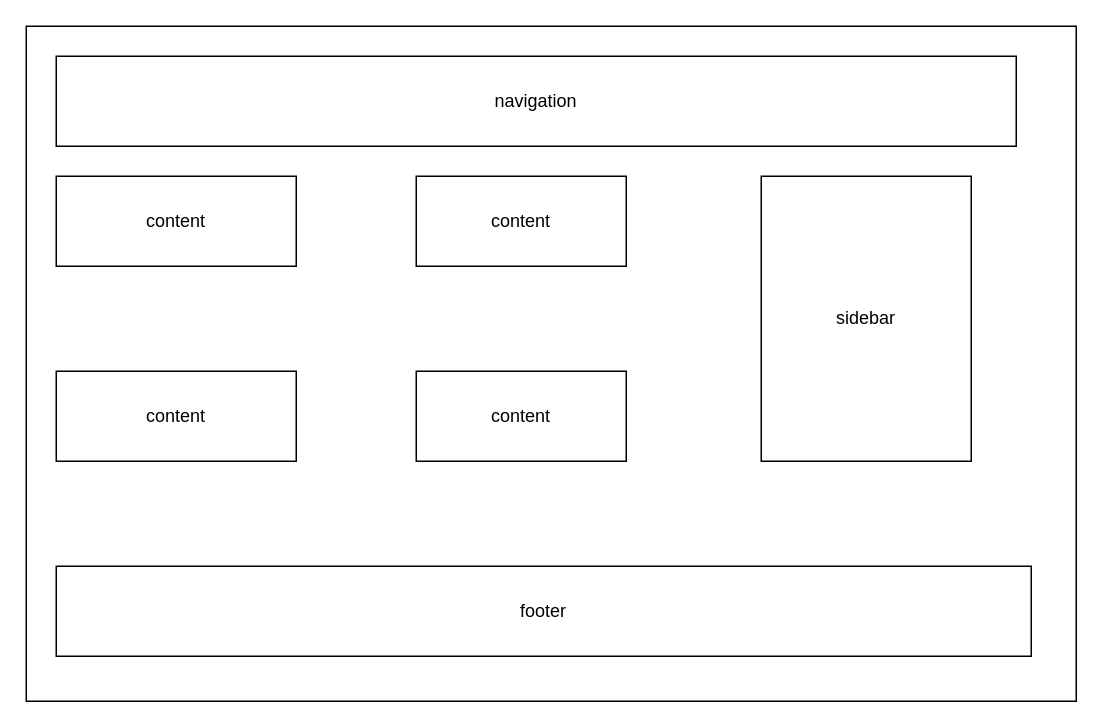
Before: layout.drawio in Wendie03/website, a draw.io diagram. Source tidied: cells renumbered, new cells numbered last; positions are measured from the earlier drawing's top-left corner, leaving out a move shared by most shapes. Both pictures are drawn from the tidied source at 150%, with x=0, y=0 at pixel (26, 26).
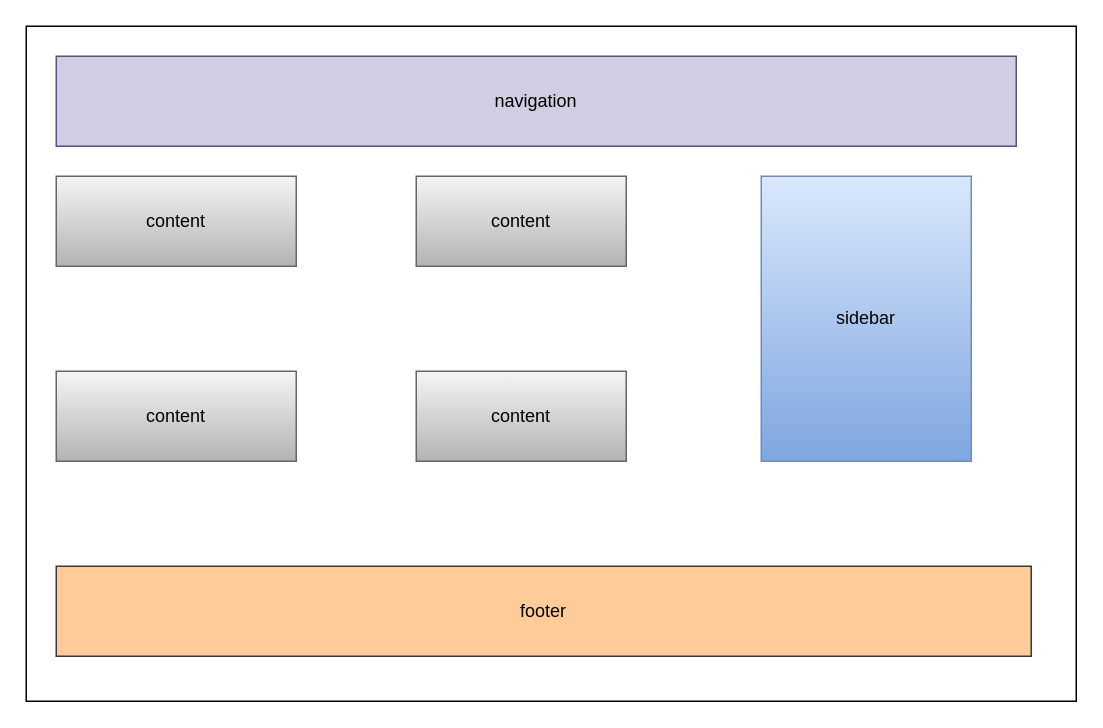
After the change.

Diff of the diagram source:
```diff
@@
 <mxGraphModel>
   <root>
     <mxCell id="0" />
     <mxCell id="1" parent="0" />
     <mxCell id="2" style="rounded=0;whiteSpace=wrap;html=1;" parent="1" vertex="1">
       <mxGeometry width="700" height="450" as="geometry" />
     </mxCell>
-    <mxCell id="3" value="navigation" style="rounded=0;whiteSpace=wrap;html=1;" parent="1" vertex="1">
+    <mxCell id="3" value="navigation" style="rounded=0;whiteSpace=wrap;html=1;fillColor=#d0cee2;strokeColor=#56517e;" parent="1" vertex="1">
       <mxGeometry x="20" y="20" width="640" height="60" as="geometry" />
     </mxCell>
-    <mxCell id="4" value="content" style="rounded=0;whiteSpace=wrap;html=1;" parent="1" vertex="1">
+    <mxCell id="4" value="content" style="rounded=0;whiteSpace=wrap;html=1;fillColor=#f5f5f5;gradientColor=#b3b3b3;strokeColor=#666666;" parent="1" vertex="1">
       <mxGeometry x="20" y="100" width="160" height="60" as="geometry" />
     </mxCell>
-    <mxCell id="5" value="content" style="rounded=0;whiteSpace=wrap;html=1;" parent="1" vertex="1">
+    <mxCell id="5" value="content" style="rounded=0;whiteSpace=wrap;html=1;fillColor=#f5f5f5;gradientColor=#b3b3b3;strokeColor=#666666;" parent="1" vertex="1">
       <mxGeometry x="20" y="230" width="160" height="60" as="geometry" />
     </mxCell>
-    <mxCell id="6" value="content" style="rounded=0;whiteSpace=wrap;html=1;" parent="1" vertex="1">
+    <mxCell id="6" value="content" style="rounded=0;whiteSpace=wrap;html=1;fillColor=#f5f5f5;strokeColor=#666666;gradientColor=#b3b3b3;" parent="1" vertex="1">
       <mxGeometry x="260" y="100" width="140" height="60" as="geometry" />
     </mxCell>
-    <mxCell id="7" value="content" style="rounded=0;whiteSpace=wrap;html=1;" parent="1" vertex="1">
+    <mxCell id="7" value="content" style="rounded=0;whiteSpace=wrap;html=1;fillColor=#f5f5f5;gradientColor=#b3b3b3;strokeColor=#666666;" parent="1" vertex="1">
       <mxGeometry x="260" y="230" width="140" height="60" as="geometry" />
     </mxCell>
-    <mxCell id="8" value="sidebar" style="rounded=0;whiteSpace=wrap;html=1;" parent="1" vertex="1">
+    <mxCell id="8" value="sidebar" style="rounded=0;whiteSpace=wrap;html=1;fillColor=#dae8fc;gradientColor=#7ea6e0;strokeColor=#6c8ebf;" parent="1" vertex="1">
       <mxGeometry x="490" y="100" width="140" height="190" as="geometry" />
     </mxCell>
-    <mxCell id="9" value="footer" style="rounded=0;whiteSpace=wrap;html=1;" parent="1" vertex="1">
+    <mxCell id="9" value="footer" style="rounded=0;whiteSpace=wrap;html=1;fillColor=#ffcc99;strokeColor=#36393d;" parent="1" vertex="1">
       <mxGeometry x="20" y="360" width="650" height="60" as="geometry" />
     </mxCell>
   </root>
 </mxGraphModel>
```
